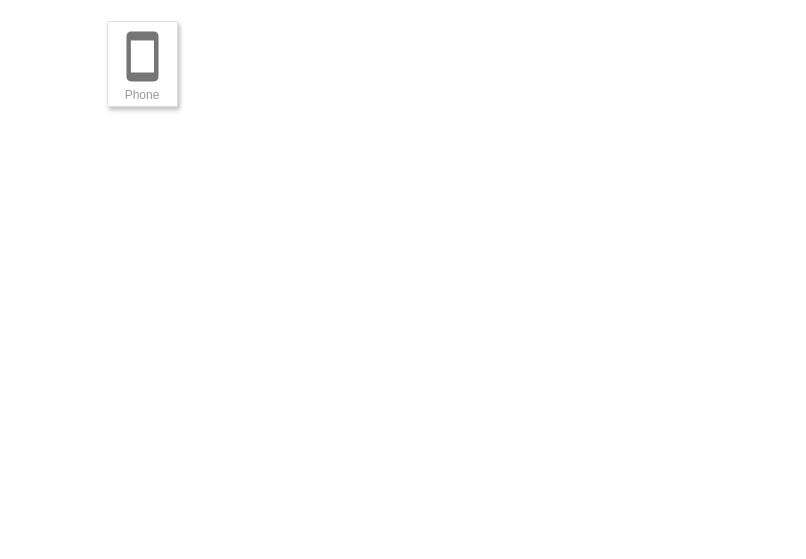
Earlier version of the draw.io diagram architecture/phone_login.drawio (VictorAlicino/tcc_1). Source tidied: cells renumbered, new cells numbered last; positions are measured from the earlier drawing's top-left corner, leaving out a move shared by most shapes. Both pictures are drawn from the tidied source at 100%, with x=0, y=0 at pixel (107, 21). Pictures stored in the file or linked from it are replaced by grey dashed boxes.
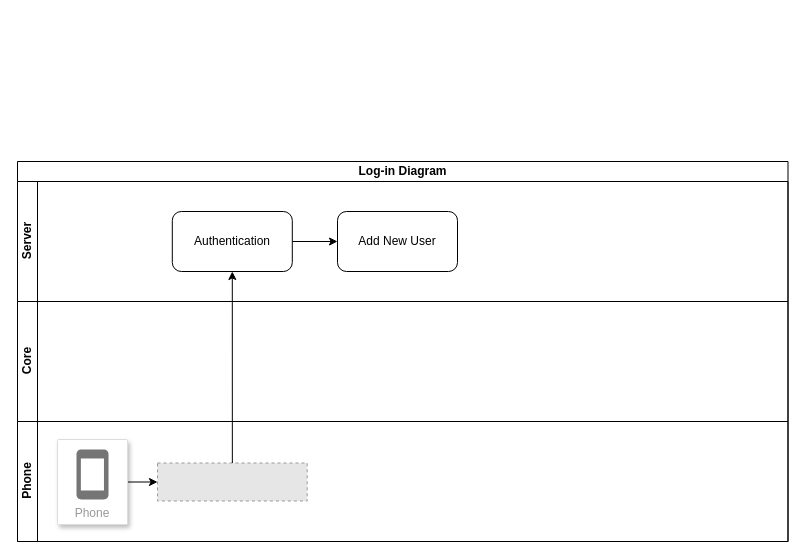
Above is the later version.

The edit, as a diff of the source:
```diff
@@
 <mxGraphModel>
   <root>
     <mxCell id="0" />
     <mxCell id="1" parent="0" />
+    <mxCell id="4" value="Log-in Diagram" style="swimlane;horizontal=1;startSize=20;html=1;" parent="1" vertex="1">
+      <mxGeometry x="-90" y="140" width="770.5" height="380" as="geometry" />
+    </mxCell>
+    <mxCell id="5" value="Server" style="swimlane;startSize=20;horizontal=0;html=1;" parent="4" vertex="1">
+      <mxGeometry y="20" width="770.5" height="120" as="geometry" />
+    </mxCell>
+    <mxCell id="6" style="edgeStyle=none;html=1;" parent="5" edge="1" source="7" target="8">
+      <mxGeometry relative="1" as="geometry" />
+    </mxCell>
+    <mxCell id="7" value="Authentication" style="rounded=1;whiteSpace=wrap;html=1;" parent="5" vertex="1">
+      <mxGeometry x="154.8" y="30" width="120" height="60" as="geometry" />
+    </mxCell>
+    <mxCell id="8" value="Add New User" style="rounded=1;whiteSpace=wrap;html=1;" parent="5" vertex="1">
+      <mxGeometry x="320" y="30" width="120" height="60" as="geometry" />
+    </mxCell>
+    <mxCell id="9" value="Core" style="swimlane;startSize=20;horizontal=0;html=1;" parent="4" vertex="1">
+      <mxGeometry y="140" width="770.5" height="120" as="geometry" />
+    </mxCell>
+    <mxCell id="10" value="Phone" style="swimlane;startSize=20;horizontal=0;html=1;" parent="4" vertex="1">
+      <mxGeometry y="260" width="770.5" height="120" as="geometry" />
+    </mxCell>
+    <mxCell id="11" style="edgeStyle=none;html=1;" parent="10" edge="1" source="2" target="13">
+      <mxGeometry relative="1" as="geometry" />
+    </mxCell>
-    <mxCell id="2" value="Phone" style="strokeColor=#dddddd;shadow=1;strokeWidth=1;rounded=1;absoluteArcSize=1;arcSize=2;labelPosition=center;verticalLabelPosition=middle;align=center;verticalAlign=bottom;spacingLeft=0;fontColor=#999999;fontSize=12;whiteSpace=wrap;spacingBottom=2;" parent="1" vertex="1">
-      <mxGeometry width="70" height="85" as="geometry" />
+    <mxCell id="2" value="Phone" style="strokeColor=#dddddd;shadow=1;strokeWidth=1;rounded=1;absoluteArcSize=1;arcSize=2;labelPosition=center;verticalLabelPosition=middle;align=center;verticalAlign=bottom;spacingLeft=0;fontColor=#999999;fontSize=12;whiteSpace=wrap;spacingBottom=2;" parent="10" vertex="1">
+      <mxGeometry x="40" y="18" width="70" height="85" as="geometry" />
     </mxCell>
-    <mxCell id="3" style="sketch=0;dashed=0;html=1;fillColor=#757575;strokeColor=none;shape=mxgraph.gcp2.phone;" parent="2" vertex="1">
-      <mxGeometry x="0.5" width="32" height="50" relative="1" as="geometry">
-        <mxPoint x="-16" y="10" as="offset" />
-      </mxGeometry>
-    </mxCell>
+    <mxCell id="12" style="sketch=0;dashed=0;html=1;fillColor=#757575;strokeColor=none;shape=mxgraph.gcp2.phone;" parent="2" vertex="1">
+      <mxGeometry x="0.5" width="32" height="50" relative="1" as="geometry">
+        <mxPoint x="-16" y="10" as="offset" />
+      </mxGeometry>
+    </mxCell>
+    <mxCell id="13" style="fillColor=#E6E6E6;strokeColor=#999999;dashed=1;verticalLabelPosition=bottom;labelBackgroundColor=default;verticalAlign=top;" parent="10" vertex="1">
+      <mxGeometry x="140" y="41.5" width="149.7" height="38" as="geometry" />
+    </mxCell>
+    <mxCell id="14" style="edgeStyle=none;html=1;" parent="4" edge="1" source="13" target="7">
+      <mxGeometry relative="1" as="geometry" />
+    </mxCell>
   </root>
 </mxGraphModel>
```
